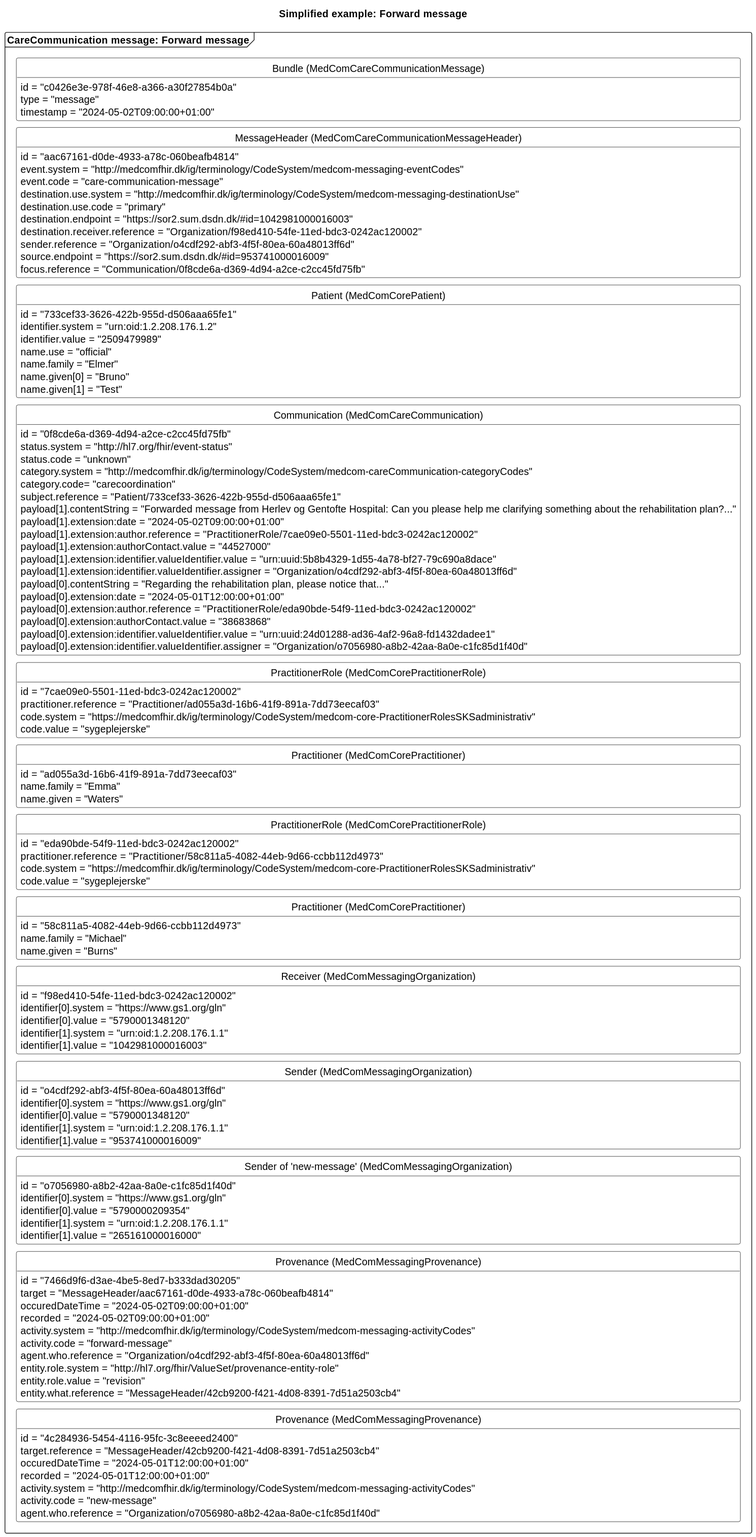
medcomdk/dk-medcom-carecommunication keeps this PlantUML diagram as input/images/carecommunication/CCForwardMessage2.svg. Above is the earlier version.
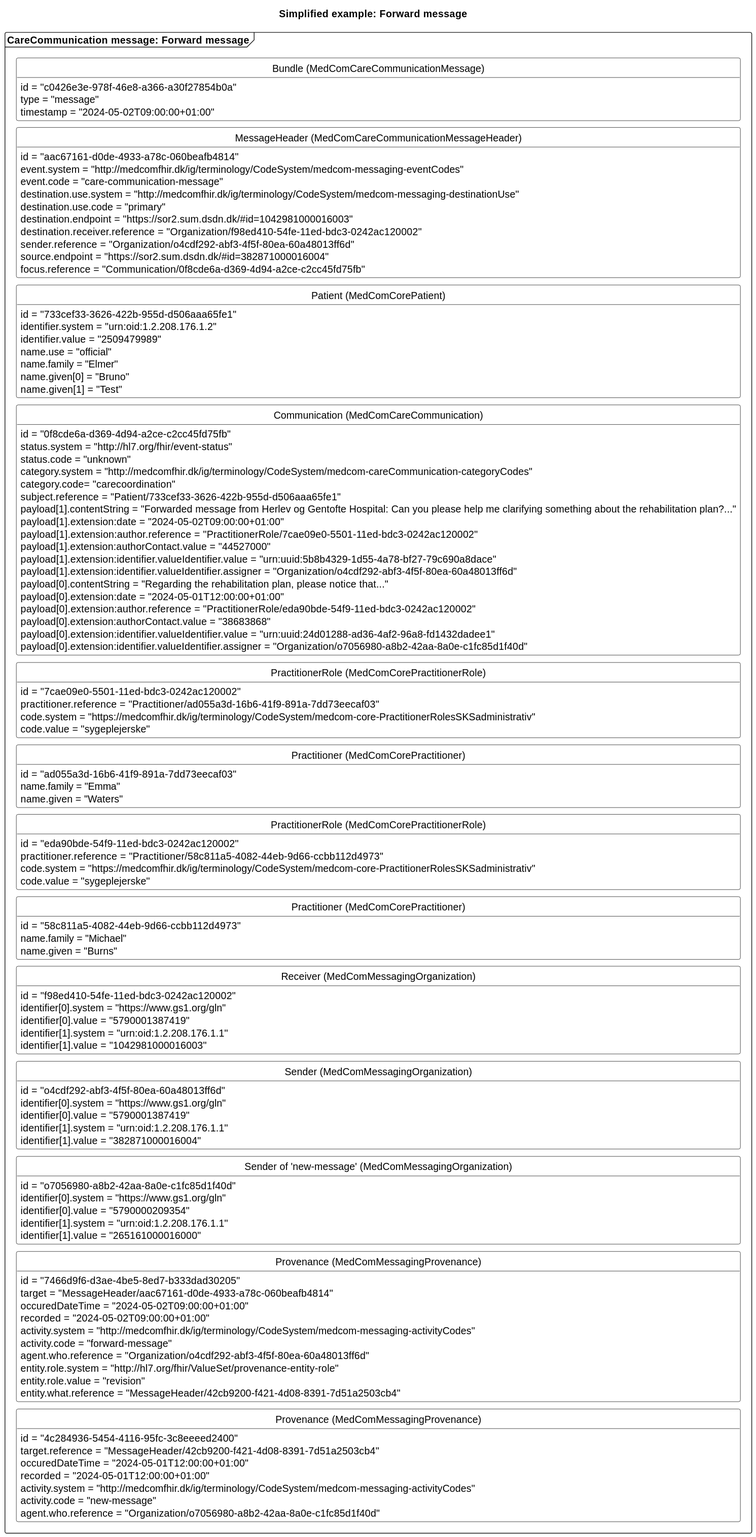
After the commit.

Change to the diagram source:
```diff
@@ -28,7 +28,7 @@
         destination.endpoint = "https://sor2.sum.dsdn.dk/#id=1042981000016003"
         destination.receiver.reference = "Organization/f98ed410-54fe-11ed-bdc3-0242ac120002"
         sender.reference = "Organization/o4cdf292-abf3-4f5f-80ea-60a48013ff6d"
-        source.endpoint = "https://sor2.sum.dsdn.dk/#id=953741000016009"
+        source.endpoint = "https://sor2.sum.dsdn.dk/#id=382871000016004"
         focus.reference = "Communication/0f8cde6a-d369-4d94-a2ce-c2cc45fd75fb"
     }
     class "Patient (MedComCorePatient)" as forwardPT{
@@ -85,16 +85,16 @@
     class "Receiver (MedComMessagingOrganization)" as forwardROrg{
         id = "f98ed410-54fe-11ed-bdc3-0242ac120002"
         identifier[0].system = "https://www.gs1.org/gln"
-        identifier[0].value = "5790001348120"
+        identifier[0].value = "5790001387419"
         identifier[1].system = "urn:oid:1.2.208.176.1.1"
         identifier[1].value = "1042981000016003"
     }
     class "Sender (MedComMessagingOrganization)" as forwardSOrg{
         id = "o4cdf292-abf3-4f5f-80ea-60a48013ff6d"
         identifier[0].system = "https://www.gs1.org/gln"
-        identifier[0].value = "5790001348120"
+        identifier[0].value = "5790001387419"
         identifier[1].system = "urn:oid:1.2.208.176.1.1"
-        identifier[1].value = "953741000016009"
+        identifier[1].value = "382871000016004"
     }
     class "Sender of 'new-message' (MedComMessagingOrganization)" as senderOrg{
         id = "o7056980-a8b2-42aa-8a0e-c1fc85d1f40d"
```
